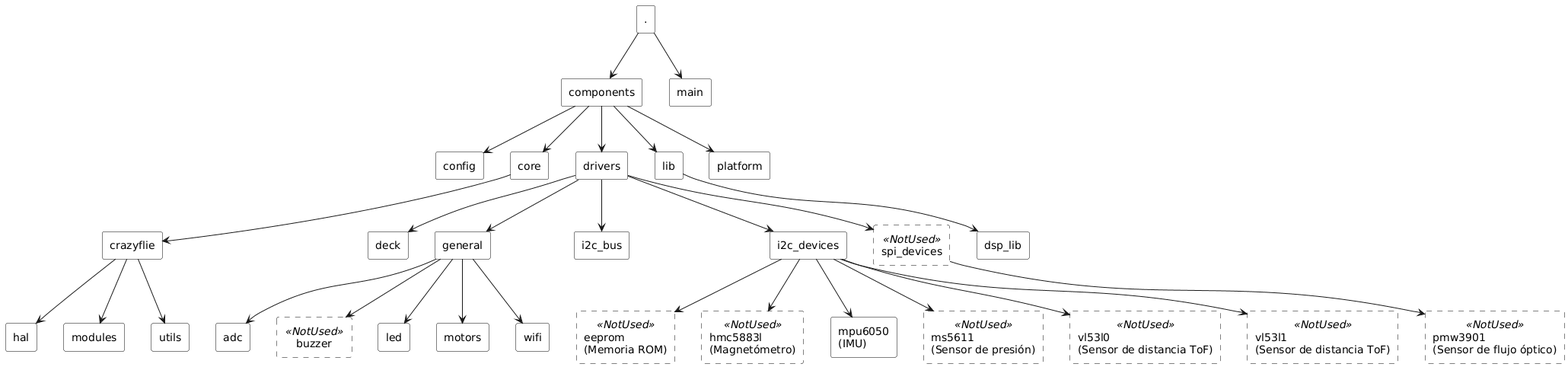
Above: diagrams/out/firmware_dron/firmware_dron.png in lcruper/tfm-multiagent (PlantUML), before the change. Source of this version:
```plantuml
@startuml
skinparam rectangle {
  BorderStyle solid
  BorderColor #000000ff
  BackgroundColor #ffffffff
}

skinparam rectangle<<NotUsed>>{
  BorderStyle dashed
  BorderColor #000000ff
  BackgroundColor #ffffffff
}

rectangle "." as root

rectangle "components" as comp
root --> comp

rectangle "main" as main
root --> main

rectangle "config" as config
rectangle "core" as core
rectangle "drivers" as drivers
rectangle "lib" as lib
rectangle "platform" as platform

comp --> config
comp --> core
comp --> drivers
comp --> lib
comp --> platform

rectangle "crazyflie" as crazy
core --> crazy

rectangle "deck" as deck
rectangle "general" as general
rectangle "i2c_bus" as i2c_bus
rectangle "i2c_devices" as i2c_dev
rectangle "spi_devices" <<NotUsed>> as spi_dev

drivers --> deck
drivers --> general
drivers --> i2c_bus
drivers --> i2c_dev
drivers --> spi_dev

rectangle "dsp_lib" as dsp_lib
lib --> dsp_lib

rectangle "hal" as hal
rectangle "modules" as modules
rectangle "utils" as utils

crazy --> hal
crazy --> modules
crazy --> utils

rectangle "adc" as adc
rectangle "buzzer" <<NotUsed>> as buzzer
rectangle "led" as led
rectangle "motors" as motors
rectangle "wifi" as wifi

general --> adc
general --> buzzer
general --> led
general --> motors
general --> wifi

rectangle "eeprom\n(Memoria ROM)" <<NotUsed>> as eeprom
rectangle "hmc5883l\n(Magnetómetro)" <<NotUsed>> as hmc
rectangle "mpu6050\n(IMU)" as mpu
rectangle "ms5611\n(Sensor de presión)" <<NotUsed>> as ms
rectangle "vl53l0\n(Sensor de distancia ToF)" <<NotUsed>> as vl0
rectangle "vl53l1\n(Sensor de distancia ToF)" <<NotUsed>> as vl1

i2c_dev --> eeprom
i2c_dev --> hmc
i2c_dev --> mpu
i2c_dev --> ms
i2c_dev --> vl0
i2c_dev --> vl1

rectangle "pmw3901\n(Sensor de flujo óptico)" <<NotUsed>> as pmw
spi_dev --> pmw
@enduml
```
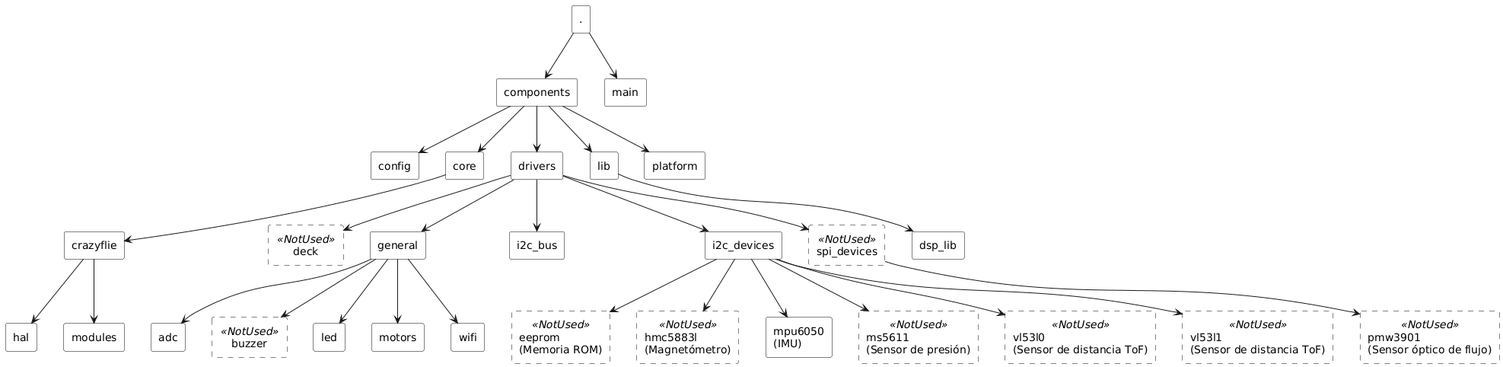
After the commit.

Commit message:
Datagram diagram

Change to the diagram source:
```diff
@@ -34,7 +34,7 @@
 rectangle "crazyflie" as crazy
 core --> crazy
 
-rectangle "deck" as deck
+rectangle "deck" <<NotUsed>> as deck
 rectangle "general" as general
 rectangle "i2c_bus" as i2c_bus
 rectangle "i2c_devices" as i2c_dev
@@ -51,11 +51,9 @@
 
 rectangle "hal" as hal
 rectangle "modules" as modules
-rectangle "utils" as utils
 
 crazy --> hal
 crazy --> modules
-crazy --> utils
 
 rectangle "adc" as adc
 rectangle "buzzer" <<NotUsed>> as buzzer
@@ -83,6 +81,6 @@
 i2c_dev --> vl0
 i2c_dev --> vl1
 
-rectangle "pmw3901\n(Sensor de flujo óptico)" <<NotUsed>> as pmw
+rectangle "pmw3901\n(Sensor óptico de flujo)" <<NotUsed>> as pmw
 spi_dev --> pmw
 @enduml
```
